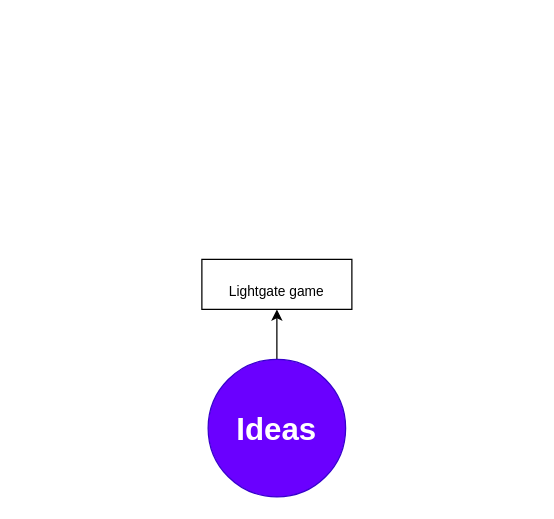
Above: Rasb-Pi Project/ideas.drawio in reeseH146/SINSF-showcase-scripts (draw.io), before the change. Source tidied: cells renumbered, new cells numbered last; positions are measured from the earlier drawing's top-left corner, leaving out a move shared by most shapes. Both pictures are drawn from the tidied source at 125%, with x=0, y=0 at pixel (201, 259).
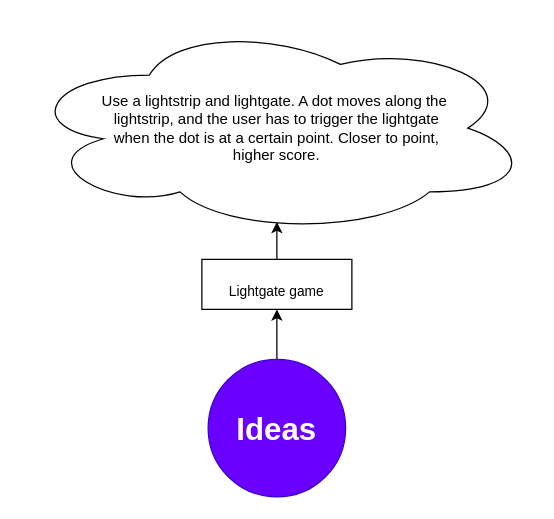
The same diagram, later.

Commit message:
Added explanation to diagram

The edit, as a diff of the source:
```diff
@@
 <mxGraphModel>
   <root>
     <mxCell id="0" />
     <mxCell id="1" parent="0" />
     <mxCell id="2" style="edgeStyle=none;html=1;exitX=0.5;exitY=0;exitDx=0;exitDy=0;fontSize=25;" parent="1" edge="1" source="3" target="4">
       <mxGeometry relative="1" as="geometry" />
     </mxCell>
     <mxCell id="3" value="Ideas" style="ellipse;whiteSpace=wrap;html=1;fillColor=#6a00ff;fontColor=#ffffff;strokeColor=#3700CC;fontStyle=1;horizontal=1;fontSize=25;" parent="1" vertex="1">
       <mxGeometry x="5" y="80" width="110" height="110" as="geometry" />
     </mxCell>
+    <mxCell id="5" style="edgeStyle=none;html=1;exitX=0.5;exitY=0;exitDx=0;exitDy=0;" parent="1" edge="1" source="4">
+      <mxGeometry relative="1" as="geometry">
+        <mxPoint x="60" y="-30" as="targetPoint" />
+      </mxGeometry>
+    </mxCell>
     <mxCell id="4" value="&lt;font style=&quot;font-size: 11px;&quot;&gt;Lightgate game&lt;/font&gt;" style="rounded=0;whiteSpace=wrap;html=1;fontSize=25;verticalAlign=middle;" parent="1" vertex="1">
       <mxGeometry width="120" height="40" as="geometry" />
     </mxCell>
+    <mxCell id="6" value="Use a lightstrip and lightgate. A dot moves along the&amp;nbsp;&lt;br&gt;lightstrip, and the user has to trigger the lightgate&lt;br&gt;when the dot is at a certain point. Closer to point,&lt;br&gt;higher score." style="ellipse;shape=cloud;whiteSpace=wrap;html=1;" parent="1" vertex="1">
+      <mxGeometry x="-143.8" y="-190" width="407.5" height="170" as="geometry" />
+    </mxCell>
   </root>
 </mxGraphModel>
```
